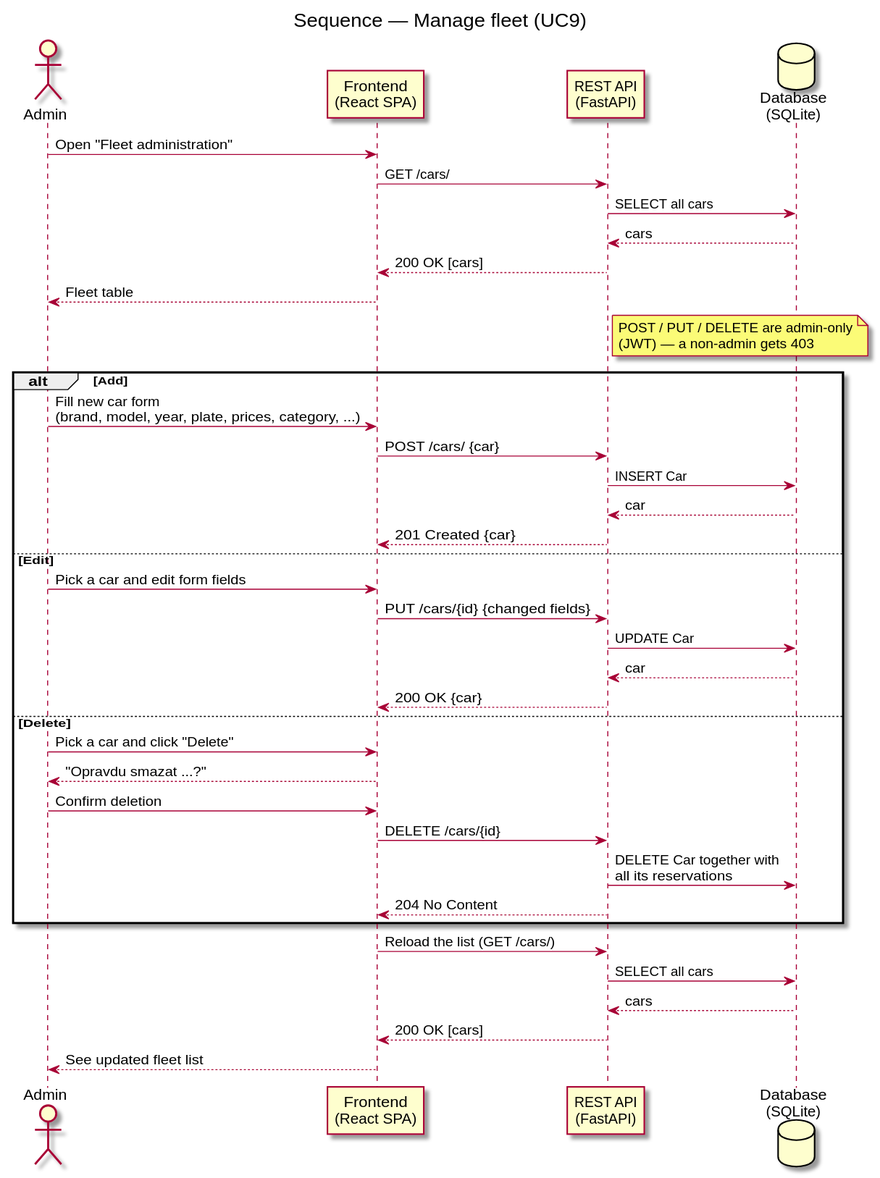
This is docs/diagrams/sequence-manage-fleet.svg from DavidMagyarics/CarRentalVSB, a PlantUML export, as it was before one commit. The source it was exported from:
```plantuml
@startuml sequence-manage-fleet
skinparam backgroundColor white
title Sequence — Manage fleet (UC9)

actor Admin
participant "Frontend\n(React SPA)" as FE
participant "REST API\n(FastAPI)" as API
database "Database\n(SQLite)" as DB

Admin -> FE: Open "Fleet administration"
FE -> API: GET /cars/
API -> DB: SELECT all cars
DB --> API: cars
API --> FE: 200 OK [cars]
FE --> Admin: Fleet table
note right of API
  POST / PUT / DELETE are admin-only
  (JWT) — a non-admin gets 403
end note

alt Add
  Admin -> FE: Fill new car form\n(brand, model, year, plate, prices, category, ...)
  FE -> API: POST /cars/ {car}
  API -> DB: INSERT Car
  DB --> API: car
  API --> FE: 201 Created {car}
else Edit
  Admin -> FE: Pick a car and edit form fields
  FE -> API: PUT /cars/{id} {changed fields}
  API -> DB: UPDATE Car
  DB --> API: car
  API --> FE: 200 OK {car}
else Delete
  Admin -> FE: Pick a car and click "Delete"
  FE --> Admin: "Opravdu smazat ...?"
  Admin -> FE: Confirm deletion
  FE -> API: DELETE /cars/{id}
  API -> DB: DELETE Car together with\nall its reservations
  API --> FE: 204 No Content
end

FE -> API: Reload the list (GET /cars/)
API -> DB: SELECT all cars
DB --> API: cars
API --> FE: 200 OK [cars]
FE --> Admin: See updated fleet list
@enduml
```
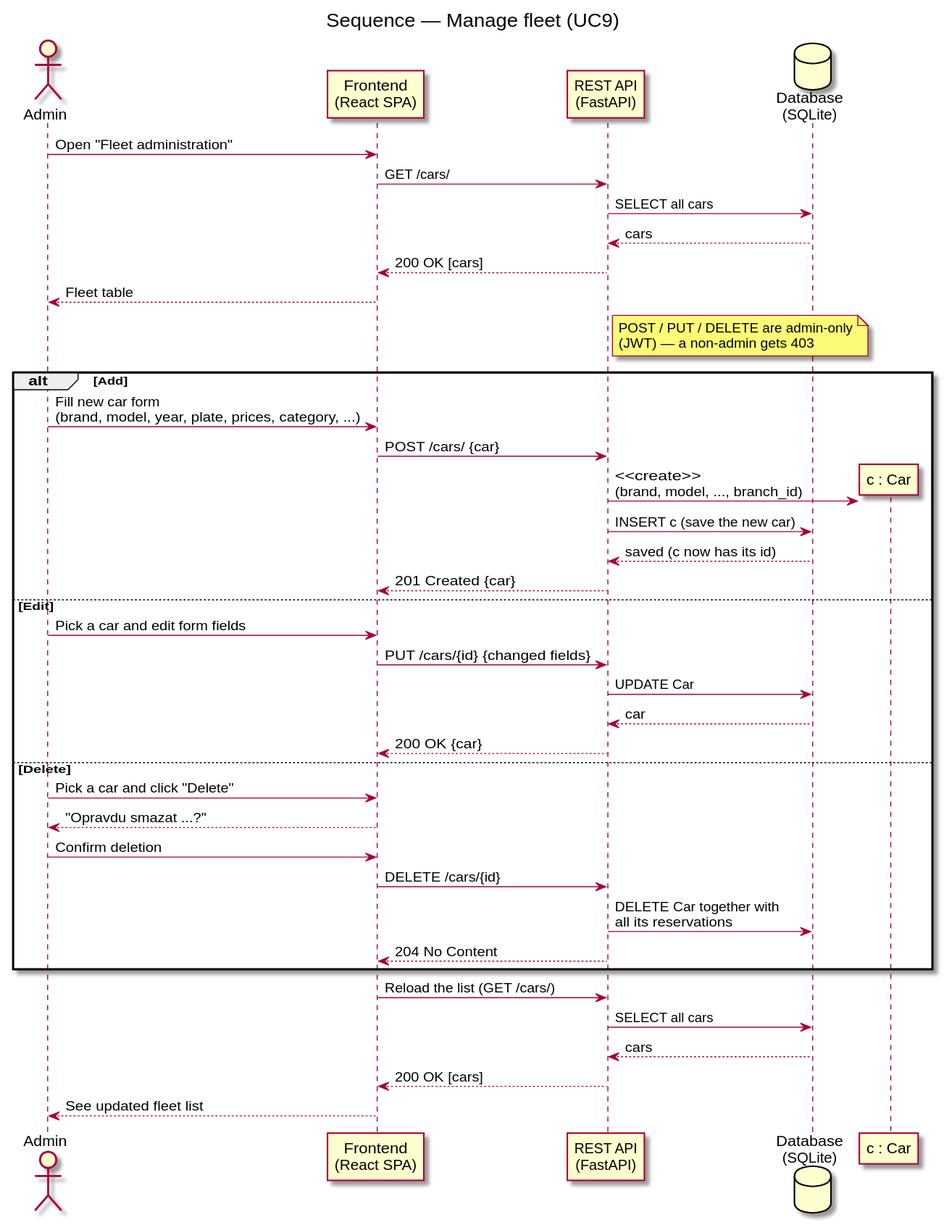
The same file after the commit.

The edit, as a diff of the source:
```diff
@@ -21,8 +21,10 @@
 alt Add
   Admin -> FE: Fill new car form\n(brand, model, year, plate, prices, category, ...)
   FE -> API: POST /cars/ {car}
-  API -> DB: INSERT Car
-  DB --> API: car
+  create participant "c : Car" as C
+  API -> C: <<create>>\n(brand, model, ..., branch_id)
+  API -> DB: INSERT c (save the new car)
+  DB --> API: saved (c now has its id)
   API --> FE: 201 Created {car}
 else Edit
   Admin -> FE: Pick a car and edit form fields
```
